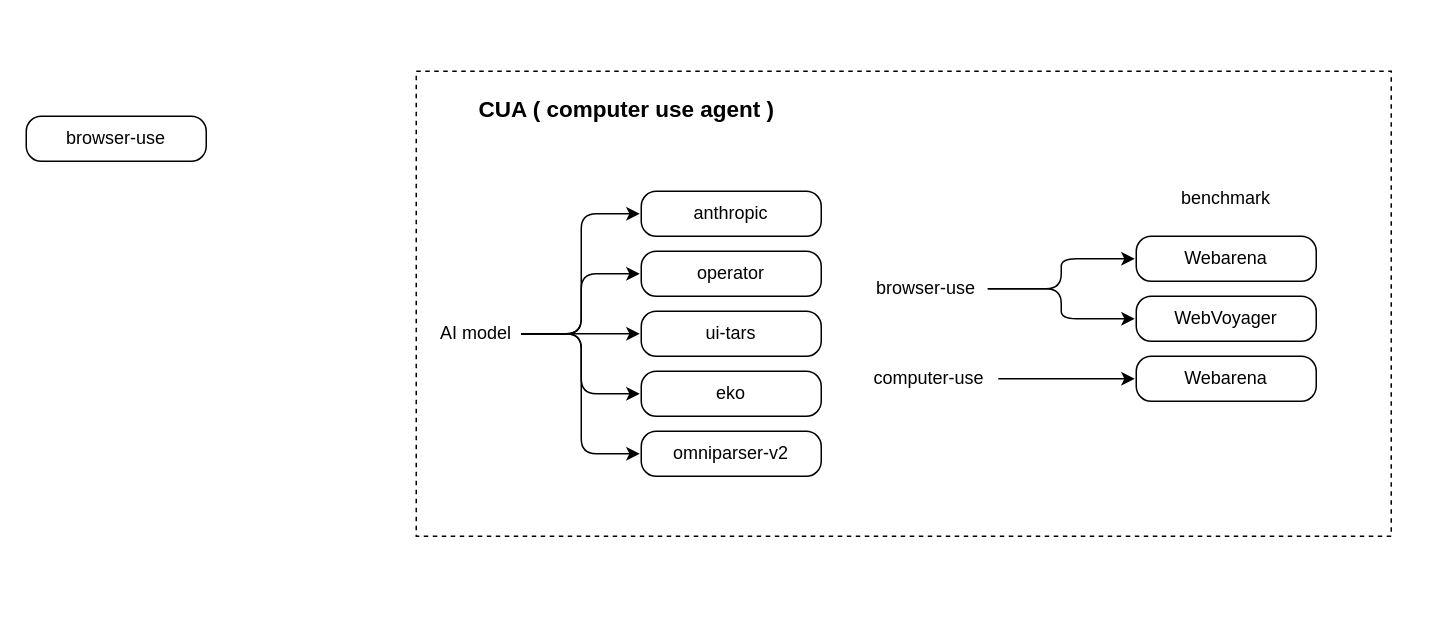
The draw.io diagram computer-use.drawio in axtrur/awsome-ai-agent, before the edit. Source tidied: cells renumbered, new cells numbered last; positions are measured from the earlier drawing's top-left corner, leaving out a move shared by most shapes. Both pictures are drawn from the tidied source at 150%, with x=0, y=0 at pixel (26, 70).
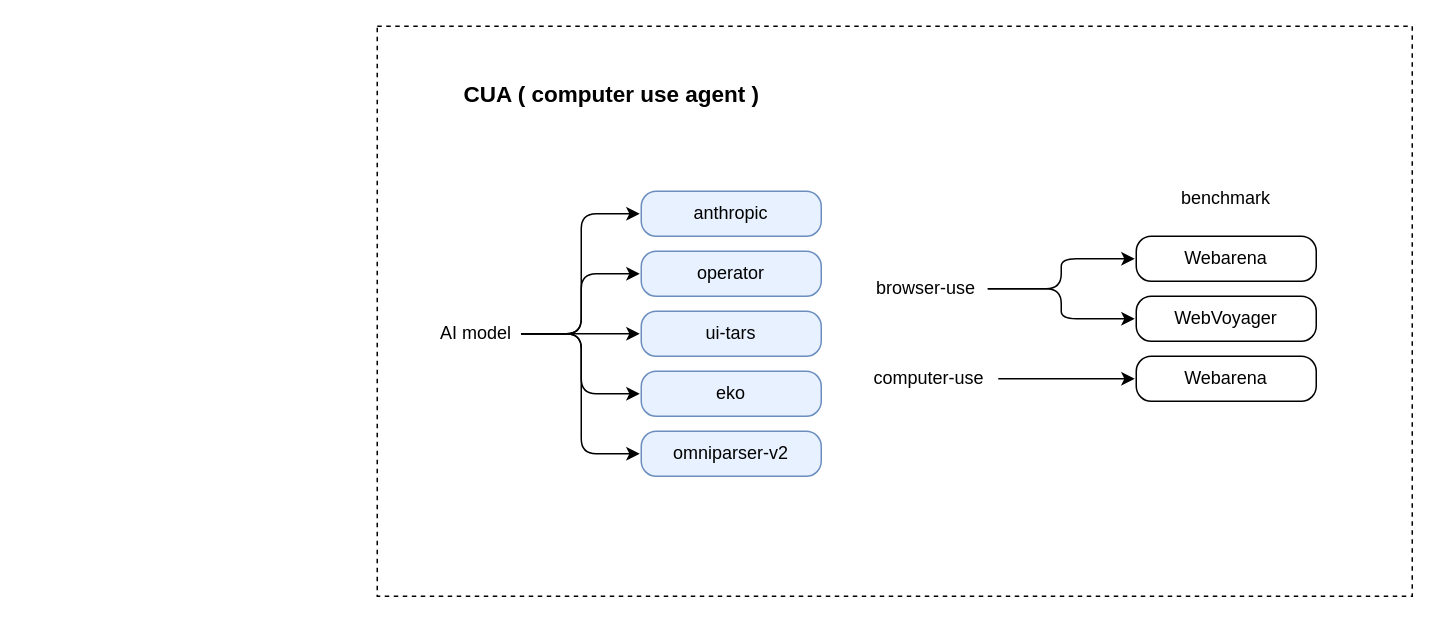
The same diagram, later.

Diff of the diagram source:
```diff
@@
     <mxCell id="2" style="rounded=0;whiteSpace=wrap;html=1;dashed=1;" parent="1" vertex="1">
-      <mxGeometry x="260" width="650" height="310" as="geometry" />
+      <mxGeometry x="234" y="-30" width="690" height="380" as="geometry" />
     </mxCell>
@@
-    <mxCell id="6" value="&lt;div&gt;&lt;div class=&quot;old-record-id-JBEVdbZQPohMMXxsnTOcH60enHJ&quot;&gt;anthropic&lt;/div&gt;&lt;/div&gt;&lt;span class=&quot;lark-record-clipboard&quot; data-lark-record-data=&quot;{&amp;quot;rootId&amp;quot;:&amp;quot;FoqrdbMwvoKmRuxTPTAcZVGbncc&amp;quot;,&amp;quot;text&amp;quot;:{&amp;quot;initialAttributedTexts&amp;quot;:{&amp;quot;text&amp;quot;:{&amp;quot;0&amp;quot;:&amp;quot;anthropic&amp;quot;},&amp;quot;attribs&amp;quot;:{&amp;quot;0&amp;quot;:&amp;quot;*0*1+9&amp;quot;}},&amp;quot;apool&amp;quot;:{&amp;quot;numToAttrib&amp;quot;:{&amp;quot;0&amp;quot;:[&amp;quot;author&amp;quot;,&amp;quot;6871447160731222018&amp;quot;],&amp;quot;1&amp;quot;:[&amp;quot;link-id&amp;quot;,&amp;quot;10315824-9a2c-4ef2-9bec-ecdc504ee82a&amp;quot;]},&amp;quot;nextNum&amp;quot;:2}},&amp;quot;type&amp;quot;:&amp;quot;text&amp;quot;,&amp;quot;referenceRecordMap&amp;quot;:{},&amp;quot;extra&amp;quot;:{&amp;quot;channel&amp;quot;:&amp;quot;saas&amp;quot;,&amp;quot;isEqualBlockSelection&amp;quot;:false,&amp;quot;pasteRandomId&amp;quot;:&amp;quot;208c5f26-a661-4085-acc5-ec5a34d7300a&amp;quot;,&amp;quot;mention_page_title&amp;quot;:{},&amp;quot;external_mention_url&amp;quot;:{}},&amp;quot;isKeepQuoteContainer&amp;quot;:false,&amp;quot;isFromCode&amp;quot;:false,&amp;quot;selection&amp;quot;:[{&amp;quot;id&amp;quot;:76,&amp;quot;type&amp;quot;:&amp;quot;text&amp;quot;,&amp;quot;selection&amp;quot;:{&amp;quot;start&amp;quot;:12,&amp;quot;end&amp;quot;:21},&amp;quot;recordId&amp;quot;:&amp;quot;JBEVdbZQPohMMXxsnTOcH60enHJ&amp;quot;}],&amp;quot;payloadMap&amp;quot;:{},&amp;quot;isCut&amp;quot;:false}&quot;&gt;&lt;/span&gt;" style="rounded=1;whiteSpace=wrap;html=1;perimeterSpacing=1;absoluteArcSize=1;" parent="1" vertex="1">
+    <mxCell id="6" value="&lt;div&gt;&lt;div class=&quot;old-record-id-JBEVdbZQPohMMXxsnTOcH60enHJ&quot;&gt;anthropic&lt;/div&gt;&lt;/div&gt;&lt;span class=&quot;lark-record-clipboard&quot; data-lark-record-data=&quot;{&amp;quot;rootId&amp;quot;:&amp;quot;FoqrdbMwvoKmRuxTPTAcZVGbncc&amp;quot;,&amp;quot;text&amp;quot;:{&amp;quot;initialAttributedTexts&amp;quot;:{&amp;quot;text&amp;quot;:{&amp;quot;0&amp;quot;:&amp;quot;anthropic&amp;quot;},&amp;quot;attribs&amp;quot;:{&amp;quot;0&amp;quot;:&amp;quot;*0*1+9&amp;quot;}},&amp;quot;apool&amp;quot;:{&amp;quot;numToAttrib&amp;quot;:{&amp;quot;0&amp;quot;:[&amp;quot;author&amp;quot;,&amp;quot;6871447160731222018&amp;quot;],&amp;quot;1&amp;quot;:[&amp;quot;link-id&amp;quot;,&amp;quot;10315824-9a2c-4ef2-9bec-ecdc504ee82a&amp;quot;]},&amp;quot;nextNum&amp;quot;:2}},&amp;quot;type&amp;quot;:&amp;quot;text&amp;quot;,&amp;quot;referenceRecordMap&amp;quot;:{},&amp;quot;extra&amp;quot;:{&amp;quot;channel&amp;quot;:&amp;quot;saas&amp;quot;,&amp;quot;isEqualBlockSelection&amp;quot;:false,&amp;quot;pasteRandomId&amp;quot;:&amp;quot;208c5f26-a661-4085-acc5-ec5a34d7300a&amp;quot;,&amp;quot;mention_page_title&amp;quot;:{},&amp;quot;external_mention_url&amp;quot;:{}},&amp;quot;isKeepQuoteContainer&amp;quot;:false,&amp;quot;isFromCode&amp;quot;:false,&amp;quot;selection&amp;quot;:[{&amp;quot;id&amp;quot;:76,&amp;quot;type&amp;quot;:&amp;quot;text&amp;quot;,&amp;quot;selection&amp;quot;:{&amp;quot;start&amp;quot;:12,&amp;quot;end&amp;quot;:21},&amp;quot;recordId&amp;quot;:&amp;quot;JBEVdbZQPohMMXxsnTOcH60enHJ&amp;quot;}],&amp;quot;payloadMap&amp;quot;:{},&amp;quot;isCut&amp;quot;:false}&quot;&gt;&lt;/span&gt;" style="rounded=1;whiteSpace=wrap;html=1;perimeterSpacing=1;absoluteArcSize=1;fillColor=#E8F1FF;strokeColor=#6c8ebf;" parent="1" vertex="1">
       <mxGeometry x="410" y="80" width="120" height="30" as="geometry" />
     </mxCell>
-    <mxCell id="7" value="&lt;div&gt;&lt;div class=&quot;old-record-id-JBEVdbZQPohMMXxsnTOcH60enHJ&quot;&gt;operator&lt;/div&gt;&lt;/div&gt;&lt;span class=&quot;lark-record-clipboard&quot; data-lark-record-data=&quot;{&amp;quot;rootId&amp;quot;:&amp;quot;FoqrdbMwvoKmRuxTPTAcZVGbncc&amp;quot;,&amp;quot;text&amp;quot;:{&amp;quot;initialAttributedTexts&amp;quot;:{&amp;quot;text&amp;quot;:{&amp;quot;0&amp;quot;:&amp;quot;anthropic&amp;quot;},&amp;quot;attribs&amp;quot;:{&amp;quot;0&amp;quot;:&amp;quot;*0*1+9&amp;quot;}},&amp;quot;apool&amp;quot;:{&amp;quot;numToAttrib&amp;quot;:{&amp;quot;0&amp;quot;:[&amp;quot;author&amp;quot;,&amp;quot;6871447160731222018&amp;quot;],&amp;quot;1&amp;quot;:[&amp;quot;link-id&amp;quot;,&amp;quot;10315824-9a2c-4ef2-9bec-ecdc504ee82a&amp;quot;]},&amp;quot;nextNum&amp;quot;:2}},&amp;quot;type&amp;quot;:&amp;quot;text&amp;quot;,&amp;quot;referenceRecordMap&amp;quot;:{},&amp;quot;extra&amp;quot;:{&amp;quot;channel&amp;quot;:&amp;quot;saas&amp;quot;,&amp;quot;isEqualBlockSelection&amp;quot;:false,&amp;quot;pasteRandomId&amp;quot;:&amp;quot;208c5f26-a661-4085-acc5-ec5a34d7300a&amp;quot;,&amp;quot;mention_page_title&amp;quot;:{},&amp;quot;external_mention_url&amp;quot;:{}},&amp;quot;isKeepQuoteContainer&amp;quot;:false,&amp;quot;isFromCode&amp;quot;:false,&amp;quot;selection&amp;quot;:[{&amp;quot;id&amp;quot;:76,&amp;quot;type&amp;quot;:&amp;quot;text&amp;quot;,&amp;quot;selection&amp;quot;:{&amp;quot;start&amp;quot;:12,&amp;quot;end&amp;quot;:21},&amp;quot;recordId&amp;quot;:&amp;quot;JBEVdbZQPohMMXxsnTOcH60enHJ&amp;quot;}],&amp;quot;payloadMap&amp;quot;:{},&amp;quot;isCut&amp;quot;:false}&quot;&gt;&lt;/span&gt;" style="rounded=1;whiteSpace=wrap;html=1;perimeterSpacing=1;absoluteArcSize=1;" parent="1" vertex="1">
+    <mxCell id="7" value="&lt;div&gt;&lt;div class=&quot;old-record-id-JBEVdbZQPohMMXxsnTOcH60enHJ&quot;&gt;operator&lt;/div&gt;&lt;/div&gt;&lt;span class=&quot;lark-record-clipboard&quot; data-lark-record-data=&quot;{&amp;quot;rootId&amp;quot;:&amp;quot;FoqrdbMwvoKmRuxTPTAcZVGbncc&amp;quot;,&amp;quot;text&amp;quot;:{&amp;quot;initialAttributedTexts&amp;quot;:{&amp;quot;text&amp;quot;:{&amp;quot;0&amp;quot;:&amp;quot;anthropic&amp;quot;},&amp;quot;attribs&amp;quot;:{&amp;quot;0&amp;quot;:&amp;quot;*0*1+9&amp;quot;}},&amp;quot;apool&amp;quot;:{&amp;quot;numToAttrib&amp;quot;:{&amp;quot;0&amp;quot;:[&amp;quot;author&amp;quot;,&amp;quot;6871447160731222018&amp;quot;],&amp;quot;1&amp;quot;:[&amp;quot;link-id&amp;quot;,&amp;quot;10315824-9a2c-4ef2-9bec-ecdc504ee82a&amp;quot;]},&amp;quot;nextNum&amp;quot;:2}},&amp;quot;type&amp;quot;:&amp;quot;text&amp;quot;,&amp;quot;referenceRecordMap&amp;quot;:{},&amp;quot;extra&amp;quot;:{&amp;quot;channel&amp;quot;:&amp;quot;saas&amp;quot;,&amp;quot;isEqualBlockSelection&amp;quot;:false,&amp;quot;pasteRandomId&amp;quot;:&amp;quot;208c5f26-a661-4085-acc5-ec5a34d7300a&amp;quot;,&amp;quot;mention_page_title&amp;quot;:{},&amp;quot;external_mention_url&amp;quot;:{}},&amp;quot;isKeepQuoteContainer&amp;quot;:false,&amp;quot;isFromCode&amp;quot;:false,&amp;quot;selection&amp;quot;:[{&amp;quot;id&amp;quot;:76,&amp;quot;type&amp;quot;:&amp;quot;text&amp;quot;,&amp;quot;selection&amp;quot;:{&amp;quot;start&amp;quot;:12,&amp;quot;end&amp;quot;:21},&amp;quot;recordId&amp;quot;:&amp;quot;JBEVdbZQPohMMXxsnTOcH60enHJ&amp;quot;}],&amp;quot;payloadMap&amp;quot;:{},&amp;quot;isCut&amp;quot;:false}&quot;&gt;&lt;/span&gt;" style="rounded=1;whiteSpace=wrap;html=1;perimeterSpacing=1;absoluteArcSize=1;fillColor=#E8F1FF;strokeColor=#6c8ebf;" parent="1" vertex="1">
       <mxGeometry x="410" y="120" width="120" height="30" as="geometry" />
     </mxCell>
-    <mxCell id="8" value="&lt;div&gt;&lt;div class=&quot;old-record-id-JBEVdbZQPohMMXxsnTOcH60enHJ&quot;&gt;ui-tars&lt;/div&gt;&lt;/div&gt;&lt;span class=&quot;lark-record-clipboard&quot; data-lark-record-data=&quot;{&amp;quot;rootId&amp;quot;:&amp;quot;FoqrdbMwvoKmRuxTPTAcZVGbncc&amp;quot;,&amp;quot;text&amp;quot;:{&amp;quot;initialAttributedTexts&amp;quot;:{&amp;quot;text&amp;quot;:{&amp;quot;0&amp;quot;:&amp;quot;anthropic&amp;quot;},&amp;quot;attribs&amp;quot;:{&amp;quot;0&amp;quot;:&amp;quot;*0*1+9&amp;quot;}},&amp;quot;apool&amp;quot;:{&amp;quot;numToAttrib&amp;quot;:{&amp;quot;0&amp;quot;:[&amp;quot;author&amp;quot;,&amp;quot;6871447160731222018&amp;quot;],&amp;quot;1&amp;quot;:[&amp;quot;link-id&amp;quot;,&amp;quot;10315824-9a2c-4ef2-9bec-ecdc504ee82a&amp;quot;]},&amp;quot;nextNum&amp;quot;:2}},&amp;quot;type&amp;quot;:&amp;quot;text&amp;quot;,&amp;quot;referenceRecordMap&amp;quot;:{},&amp;quot;extra&amp;quot;:{&amp;quot;channel&amp;quot;:&amp;quot;saas&amp;quot;,&amp;quot;isEqualBlockSelection&amp;quot;:false,&amp;quot;pasteRandomId&amp;quot;:&amp;quot;208c5f26-a661-4085-acc5-ec5a34d7300a&amp;quot;,&amp;quot;mention_page_title&amp;quot;:{},&amp;quot;external_mention_url&amp;quot;:{}},&amp;quot;isKeepQuoteContainer&amp;quot;:false,&amp;quot;isFromCode&amp;quot;:false,&amp;quot;selection&amp;quot;:[{&amp;quot;id&amp;quot;:76,&amp;quot;type&amp;quot;:&amp;quot;text&amp;quot;,&amp;quot;selection&amp;quot;:{&amp;quot;start&amp;quot;:12,&amp;quot;end&amp;quot;:21},&amp;quot;recordId&amp;quot;:&amp;quot;JBEVdbZQPohMMXxsnTOcH60enHJ&amp;quot;}],&amp;quot;payloadMap&amp;quot;:{},&amp;quot;isCut&amp;quot;:false}&quot;&gt;&lt;/span&gt;" style="rounded=1;whiteSpace=wrap;html=1;perimeterSpacing=1;absoluteArcSize=1;" parent="1" vertex="1">
+    <mxCell id="8" value="&lt;div&gt;&lt;div class=&quot;old-record-id-JBEVdbZQPohMMXxsnTOcH60enHJ&quot;&gt;ui-tars&lt;/div&gt;&lt;/div&gt;&lt;span class=&quot;lark-record-clipboard&quot; data-lark-record-data=&quot;{&amp;quot;rootId&amp;quot;:&amp;quot;FoqrdbMwvoKmRuxTPTAcZVGbncc&amp;quot;,&amp;quot;text&amp;quot;:{&amp;quot;initialAttributedTexts&amp;quot;:{&amp;quot;text&amp;quot;:{&amp;quot;0&amp;quot;:&amp;quot;anthropic&amp;quot;},&amp;quot;attribs&amp;quot;:{&amp;quot;0&amp;quot;:&amp;quot;*0*1+9&amp;quot;}},&amp;quot;apool&amp;quot;:{&amp;quot;numToAttrib&amp;quot;:{&amp;quot;0&amp;quot;:[&amp;quot;author&amp;quot;,&amp;quot;6871447160731222018&amp;quot;],&amp;quot;1&amp;quot;:[&amp;quot;link-id&amp;quot;,&amp;quot;10315824-9a2c-4ef2-9bec-ecdc504ee82a&amp;quot;]},&amp;quot;nextNum&amp;quot;:2}},&amp;quot;type&amp;quot;:&amp;quot;text&amp;quot;,&amp;quot;referenceRecordMap&amp;quot;:{},&amp;quot;extra&amp;quot;:{&amp;quot;channel&amp;quot;:&amp;quot;saas&amp;quot;,&amp;quot;isEqualBlockSelection&amp;quot;:false,&amp;quot;pasteRandomId&amp;quot;:&amp;quot;208c5f26-a661-4085-acc5-ec5a34d7300a&amp;quot;,&amp;quot;mention_page_title&amp;quot;:{},&amp;quot;external_mention_url&amp;quot;:{}},&amp;quot;isKeepQuoteContainer&amp;quot;:false,&amp;quot;isFromCode&amp;quot;:false,&amp;quot;selection&amp;quot;:[{&amp;quot;id&amp;quot;:76,&amp;quot;type&amp;quot;:&amp;quot;text&amp;quot;,&amp;quot;selection&amp;quot;:{&amp;quot;start&amp;quot;:12,&amp;quot;end&amp;quot;:21},&amp;quot;recordId&amp;quot;:&amp;quot;JBEVdbZQPohMMXxsnTOcH60enHJ&amp;quot;}],&amp;quot;payloadMap&amp;quot;:{},&amp;quot;isCut&amp;quot;:false}&quot;&gt;&lt;/span&gt;" style="rounded=1;whiteSpace=wrap;html=1;perimeterSpacing=1;absoluteArcSize=1;fillColor=#E8F1FF;strokeColor=#6c8ebf;" parent="1" vertex="1">
       <mxGeometry x="410" y="160" width="120" height="30" as="geometry" />
     </mxCell>
-    <mxCell id="9" value="&lt;div&gt;&lt;div class=&quot;old-record-id-JBEVdbZQPohMMXxsnTOcH60enHJ&quot;&gt;eko&lt;/div&gt;&lt;/div&gt;&lt;span class=&quot;lark-record-clipboard&quot; data-lark-record-data=&quot;{&amp;quot;rootId&amp;quot;:&amp;quot;FoqrdbMwvoKmRuxTPTAcZVGbncc&amp;quot;,&amp;quot;text&amp;quot;:{&amp;quot;initialAttributedTexts&amp;quot;:{&amp;quot;text&amp;quot;:{&amp;quot;0&amp;quot;:&amp;quot;anthropic&amp;quot;},&amp;quot;attribs&amp;quot;:{&amp;quot;0&amp;quot;:&amp;quot;*0*1+9&amp;quot;}},&amp;quot;apool&amp;quot;:{&amp;quot;numToAttrib&amp;quot;:{&amp;quot;0&amp;quot;:[&amp;quot;author&amp;quot;,&amp;quot;6871447160731222018&amp;quot;],&amp;quot;1&amp;quot;:[&amp;quot;link-id&amp;quot;,&amp;quot;10315824-9a2c-4ef2-9bec-ecdc504ee82a&amp;quot;]},&amp;quot;nextNum&amp;quot;:2}},&amp;quot;type&amp;quot;:&amp;quot;text&amp;quot;,&amp;quot;referenceRecordMap&amp;quot;:{},&amp;quot;extra&amp;quot;:{&amp;quot;channel&amp;quot;:&amp;quot;saas&amp;quot;,&amp;quot;isEqualBlockSelection&amp;quot;:false,&amp;quot;pasteRandomId&amp;quot;:&amp;quot;208c5f26-a661-4085-acc5-ec5a34d7300a&amp;quot;,&amp;quot;mention_page_title&amp;quot;:{},&amp;quot;external_mention_url&amp;quot;:{}},&amp;quot;isKeepQuoteContainer&amp;quot;:false,&amp;quot;isFromCode&amp;quot;:false,&amp;quot;selection&amp;quot;:[{&amp;quot;id&amp;quot;:76,&amp;quot;type&amp;quot;:&amp;quot;text&amp;quot;,&amp;quot;selection&amp;quot;:{&amp;quot;start&amp;quot;:12,&amp;quot;end&amp;quot;:21},&amp;quot;recordId&amp;quot;:&amp;quot;JBEVdbZQPohMMXxsnTOcH60enHJ&amp;quot;}],&amp;quot;payloadMap&amp;quot;:{},&amp;quot;isCut&amp;quot;:false}&quot;&gt;&lt;/span&gt;" style="rounded=1;whiteSpace=wrap;html=1;perimeterSpacing=1;absoluteArcSize=1;" parent="1" vertex="1">
+    <mxCell id="9" value="&lt;div&gt;&lt;div class=&quot;old-record-id-JBEVdbZQPohMMXxsnTOcH60enHJ&quot;&gt;eko&lt;/div&gt;&lt;/div&gt;&lt;span class=&quot;lark-record-clipboard&quot; data-lark-record-data=&quot;{&amp;quot;rootId&amp;quot;:&amp;quot;FoqrdbMwvoKmRuxTPTAcZVGbncc&amp;quot;,&amp;quot;text&amp;quot;:{&amp;quot;initialAttributedTexts&amp;quot;:{&amp;quot;text&amp;quot;:{&amp;quot;0&amp;quot;:&amp;quot;anthropic&amp;quot;},&amp;quot;attribs&amp;quot;:{&amp;quot;0&amp;quot;:&amp;quot;*0*1+9&amp;quot;}},&amp;quot;apool&amp;quot;:{&amp;quot;numToAttrib&amp;quot;:{&amp;quot;0&amp;quot;:[&amp;quot;author&amp;quot;,&amp;quot;6871447160731222018&amp;quot;],&amp;quot;1&amp;quot;:[&amp;quot;link-id&amp;quot;,&amp;quot;10315824-9a2c-4ef2-9bec-ecdc504ee82a&amp;quot;]},&amp;quot;nextNum&amp;quot;:2}},&amp;quot;type&amp;quot;:&amp;quot;text&amp;quot;,&amp;quot;referenceRecordMap&amp;quot;:{},&amp;quot;extra&amp;quot;:{&amp;quot;channel&amp;quot;:&amp;quot;saas&amp;quot;,&amp;quot;isEqualBlockSelection&amp;quot;:false,&amp;quot;pasteRandomId&amp;quot;:&amp;quot;208c5f26-a661-4085-acc5-ec5a34d7300a&amp;quot;,&amp;quot;mention_page_title&amp;quot;:{},&amp;quot;external_mention_url&amp;quot;:{}},&amp;quot;isKeepQuoteContainer&amp;quot;:false,&amp;quot;isFromCode&amp;quot;:false,&amp;quot;selection&amp;quot;:[{&amp;quot;id&amp;quot;:76,&amp;quot;type&amp;quot;:&amp;quot;text&amp;quot;,&amp;quot;selection&amp;quot;:{&amp;quot;start&amp;quot;:12,&amp;quot;end&amp;quot;:21},&amp;quot;recordId&amp;quot;:&amp;quot;JBEVdbZQPohMMXxsnTOcH60enHJ&amp;quot;}],&amp;quot;payloadMap&amp;quot;:{},&amp;quot;isCut&amp;quot;:false}&quot;&gt;&lt;/span&gt;" style="rounded=1;whiteSpace=wrap;html=1;perimeterSpacing=1;absoluteArcSize=1;fillColor=#E8F1FF;strokeColor=#6c8ebf;" parent="1" vertex="1">
       <mxGeometry x="410" y="200" width="120" height="30" as="geometry" />
     </mxCell>
-    <mxCell id="10" value="browser-use" style="rounded=1;whiteSpace=wrap;html=1;perimeterSpacing=1;absoluteArcSize=1;" parent="1" vertex="1">
-      <mxGeometry y="30" width="120" height="30" as="geometry" />
-    </mxCell>
@@
-    <mxCell id="16" value="&lt;div&gt;&lt;div class=&quot;old-record-id-JBEVdbZQPohMMXxsnTOcH60enHJ&quot;&gt;omniparser-v2&lt;/div&gt;&lt;/div&gt;&lt;span class=&quot;lark-record-clipboard&quot; data-lark-record-data=&quot;{&amp;quot;rootId&amp;quot;:&amp;quot;FoqrdbMwvoKmRuxTPTAcZVGbncc&amp;quot;,&amp;quot;text&amp;quot;:{&amp;quot;initialAttributedTexts&amp;quot;:{&amp;quot;text&amp;quot;:{&amp;quot;0&amp;quot;:&amp;quot;anthropic&amp;quot;},&amp;quot;attribs&amp;quot;:{&amp;quot;0&amp;quot;:&amp;quot;*0*1+9&amp;quot;}},&amp;quot;apool&amp;quot;:{&amp;quot;numToAttrib&amp;quot;:{&amp;quot;0&amp;quot;:[&amp;quot;author&amp;quot;,&amp;quot;6871447160731222018&amp;quot;],&amp;quot;1&amp;quot;:[&amp;quot;link-id&amp;quot;,&amp;quot;10315824-9a2c-4ef2-9bec-ecdc504ee82a&amp;quot;]},&amp;quot;nextNum&amp;quot;:2}},&amp;quot;type&amp;quot;:&amp;quot;text&amp;quot;,&amp;quot;referenceRecordMap&amp;quot;:{},&amp;quot;extra&amp;quot;:{&amp;quot;channel&amp;quot;:&amp;quot;saas&amp;quot;,&amp;quot;isEqualBlockSelection&amp;quot;:false,&amp;quot;pasteRandomId&amp;quot;:&amp;quot;208c5f26-a661-4085-acc5-ec5a34d7300a&amp;quot;,&amp;quot;mention_page_title&amp;quot;:{},&amp;quot;external_mention_url&amp;quot;:{}},&amp;quot;isKeepQuoteContainer&amp;quot;:false,&amp;quot;isFromCode&amp;quot;:false,&amp;quot;selection&amp;quot;:[{&amp;quot;id&amp;quot;:76,&amp;quot;type&amp;quot;:&amp;quot;text&amp;quot;,&amp;quot;selection&amp;quot;:{&amp;quot;start&amp;quot;:12,&amp;quot;end&amp;quot;:21},&amp;quot;recordId&amp;quot;:&amp;quot;JBEVdbZQPohMMXxsnTOcH60enHJ&amp;quot;}],&amp;quot;payloadMap&amp;quot;:{},&amp;quot;isCut&amp;quot;:false}&quot;&gt;&lt;/span&gt;" style="rounded=1;whiteSpace=wrap;html=1;perimeterSpacing=1;absoluteArcSize=1;" parent="1" vertex="1">
+    <mxCell id="16" value="&lt;div&gt;&lt;div class=&quot;old-record-id-JBEVdbZQPohMMXxsnTOcH60enHJ&quot;&gt;omniparser-v2&lt;/div&gt;&lt;/div&gt;&lt;span class=&quot;lark-record-clipboard&quot; data-lark-record-data=&quot;{&amp;quot;rootId&amp;quot;:&amp;quot;FoqrdbMwvoKmRuxTPTAcZVGbncc&amp;quot;,&amp;quot;text&amp;quot;:{&amp;quot;initialAttributedTexts&amp;quot;:{&amp;quot;text&amp;quot;:{&amp;quot;0&amp;quot;:&amp;quot;anthropic&amp;quot;},&amp;quot;attribs&amp;quot;:{&amp;quot;0&amp;quot;:&amp;quot;*0*1+9&amp;quot;}},&amp;quot;apool&amp;quot;:{&amp;quot;numToAttrib&amp;quot;:{&amp;quot;0&amp;quot;:[&amp;quot;author&amp;quot;,&amp;quot;6871447160731222018&amp;quot;],&amp;quot;1&amp;quot;:[&amp;quot;link-id&amp;quot;,&amp;quot;10315824-9a2c-4ef2-9bec-ecdc504ee82a&amp;quot;]},&amp;quot;nextNum&amp;quot;:2}},&amp;quot;type&amp;quot;:&amp;quot;text&amp;quot;,&amp;quot;referenceRecordMap&amp;quot;:{},&amp;quot;extra&amp;quot;:{&amp;quot;channel&amp;quot;:&amp;quot;saas&amp;quot;,&amp;quot;isEqualBlockSelection&amp;quot;:false,&amp;quot;pasteRandomId&amp;quot;:&amp;quot;208c5f26-a661-4085-acc5-ec5a34d7300a&amp;quot;,&amp;quot;mention_page_title&amp;quot;:{},&amp;quot;external_mention_url&amp;quot;:{}},&amp;quot;isKeepQuoteContainer&amp;quot;:false,&amp;quot;isFromCode&amp;quot;:false,&amp;quot;selection&amp;quot;:[{&amp;quot;id&amp;quot;:76,&amp;quot;type&amp;quot;:&amp;quot;text&amp;quot;,&amp;quot;selection&amp;quot;:{&amp;quot;start&amp;quot;:12,&amp;quot;end&amp;quot;:21},&amp;quot;recordId&amp;quot;:&amp;quot;JBEVdbZQPohMMXxsnTOcH60enHJ&amp;quot;}],&amp;quot;payloadMap&amp;quot;:{},&amp;quot;isCut&amp;quot;:false}&quot;&gt;&lt;/span&gt;" style="rounded=1;whiteSpace=wrap;html=1;perimeterSpacing=1;absoluteArcSize=1;fillColor=#E8F1FF;strokeColor=#6c8ebf;" parent="1" vertex="1">
       <mxGeometry x="410" y="240" width="120" height="30" as="geometry" />
     </mxCell>
     <mxCell id="17" value="CUA ( computer use agent )" style="text;html=1;align=left;verticalAlign=middle;whiteSpace=wrap;rounded=0;fontStyle=1;fontSize=15;" parent="1" vertex="1">
-      <mxGeometry x="300" y="10" width="220" height="30" as="geometry" />
+      <mxGeometry x="290" width="220" height="30" as="geometry" />
     </mxCell>
```
